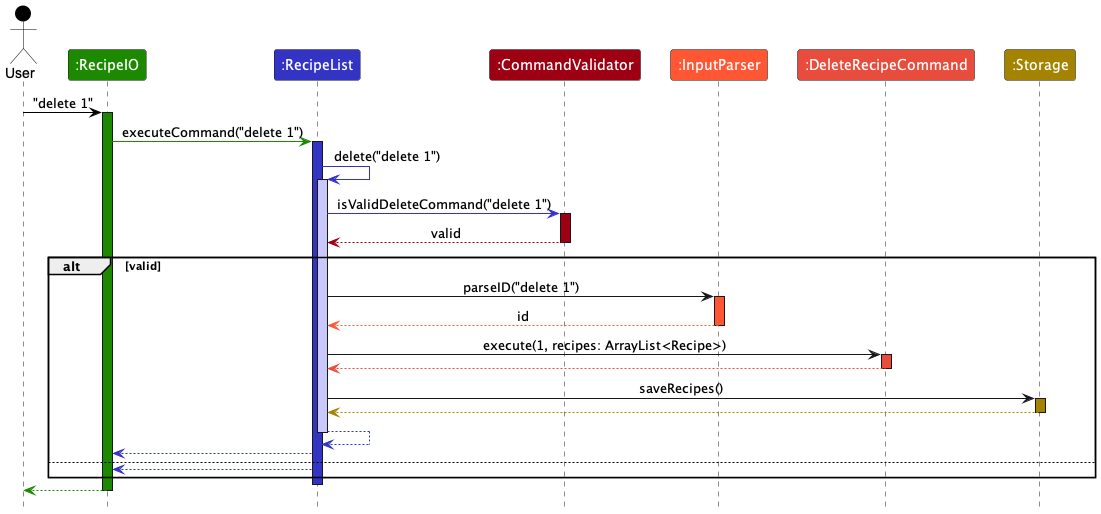
This is docs/images/DeleteRecipe.png from yuki-zmstr/tp, a PlantUML export, as it was before one commit.
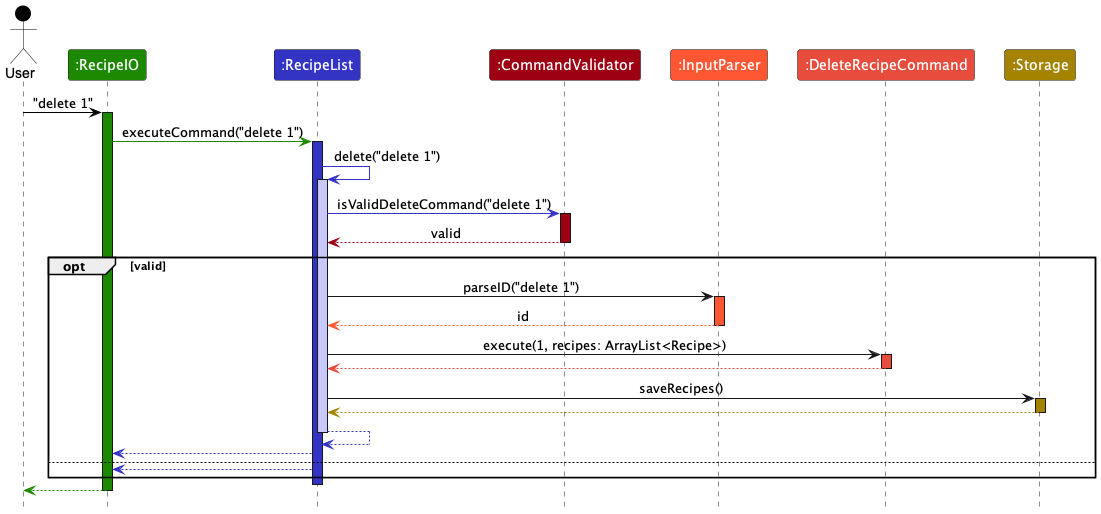
Above is the later version.

The edit, as a diff of the source:
```diff
@@ -24,7 +24,7 @@
 validator -[VALIDATOR_COLOR]-> logic : valid
 deactivate validator
 
-alt valid
+opt valid
 
     logic -> parser : parseID("delete 1")
     activate parser PARSER_COLOR
```
